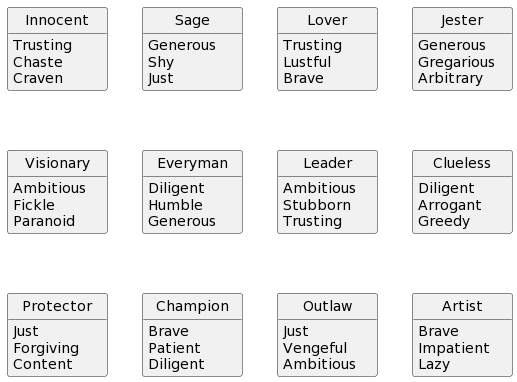
flipactual/flipstew.art keeps this PlantUML diagram as docs/media/archetypes.png. Above is the earlier version. Its diagram source:
```plantuml
@startuml
hide stereotype
hide circle
hide empty methods
skinparam shadowing false
skinparam defaultTextAlignment center
skinparam minClassWidth 100

!procedure archetype($archetype, $a, $b, $c)
class $archetype {
  $a
  $b
  $c
}
!endprocedure

archetype("Innocent", "Trusting", "Chaste", "Craven")
archetype("Visionary", "Ambitious", "Fickle", "Paranoid")
archetype("Protector", "Just", "Forgiving", "Content")
archetype("Sage", "Generous", "Shy", "Just")
archetype("Everyman", "Diligent", "Humble", "Generous")
archetype("Champion", "Brave", "Patient", "Diligent")
archetype("Lover", "Trusting", "Lustful", "Brave")
archetype("Leader", "Ambitious", "Stubborn", "Trusting")
archetype("Outlaw", "Just", "Vengeful", "Ambitious")
archetype("Jester", "Generous", "Gregarious", "Arbitrary")
archetype("Clueless", "Diligent", "Arrogant", "Greedy")
archetype("Artist", "Brave", "Impatient", "Lazy")

Innocent -[hidden]d-> Visionary
Visionary -[hidden]d-> Protector
Sage -[hidden]d-> Everyman
Everyman -[hidden]d-> Champion
Lover -[hidden]d-> Leader
Leader -[hidden]d-> Outlaw
Jester -[hidden]d-> Clueless
Clueless -[hidden]d-> Artist
@enduml
```
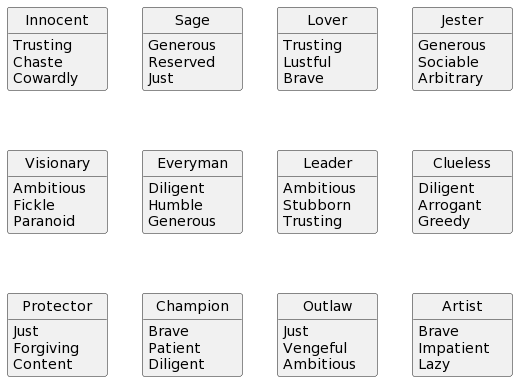
After the change.

Commit message:
update archetypes example

Diff of the diagram source:
```diff
@@ -14,16 +14,16 @@
 }
 !endprocedure
 
-archetype("Innocent", "Trusting", "Chaste", "Craven")
+archetype("Innocent", "Trusting", "Chaste", "Cowardly")
 archetype("Visionary", "Ambitious", "Fickle", "Paranoid")
 archetype("Protector", "Just", "Forgiving", "Content")
-archetype("Sage", "Generous", "Shy", "Just")
+archetype("Sage", "Generous", "Reserved", "Just")
 archetype("Everyman", "Diligent", "Humble", "Generous")
 archetype("Champion", "Brave", "Patient", "Diligent")
 archetype("Lover", "Trusting", "Lustful", "Brave")
 archetype("Leader", "Ambitious", "Stubborn", "Trusting")
 archetype("Outlaw", "Just", "Vengeful", "Ambitious")
-archetype("Jester", "Generous", "Gregarious", "Arbitrary")
+archetype("Jester", "Generous", "Sociable", "Arbitrary")
 archetype("Clueless", "Diligent", "Arrogant", "Greedy")
 archetype("Artist", "Brave", "Impatient", "Lazy")
 
```
